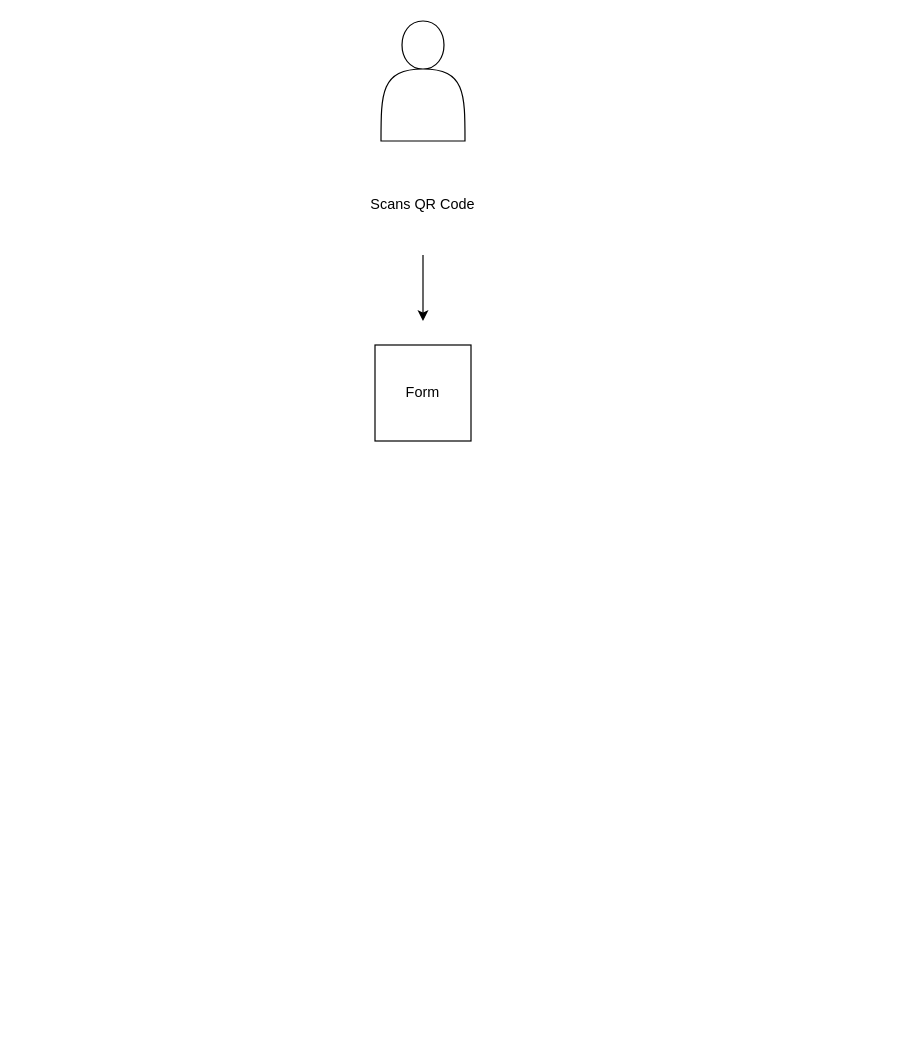
This is workflow/flow.drawio from Danfraga33/Auto_QR_Scanner, a draw.io file, before an edit. Source tidied: cells renumbered, new cells numbered last; positions are measured from the earlier drawing's top-left corner, leaving out a move shared by most shapes. Both pictures are drawn from the tidied source at 120%, with x=0, y=0 at pixel (320, 20).
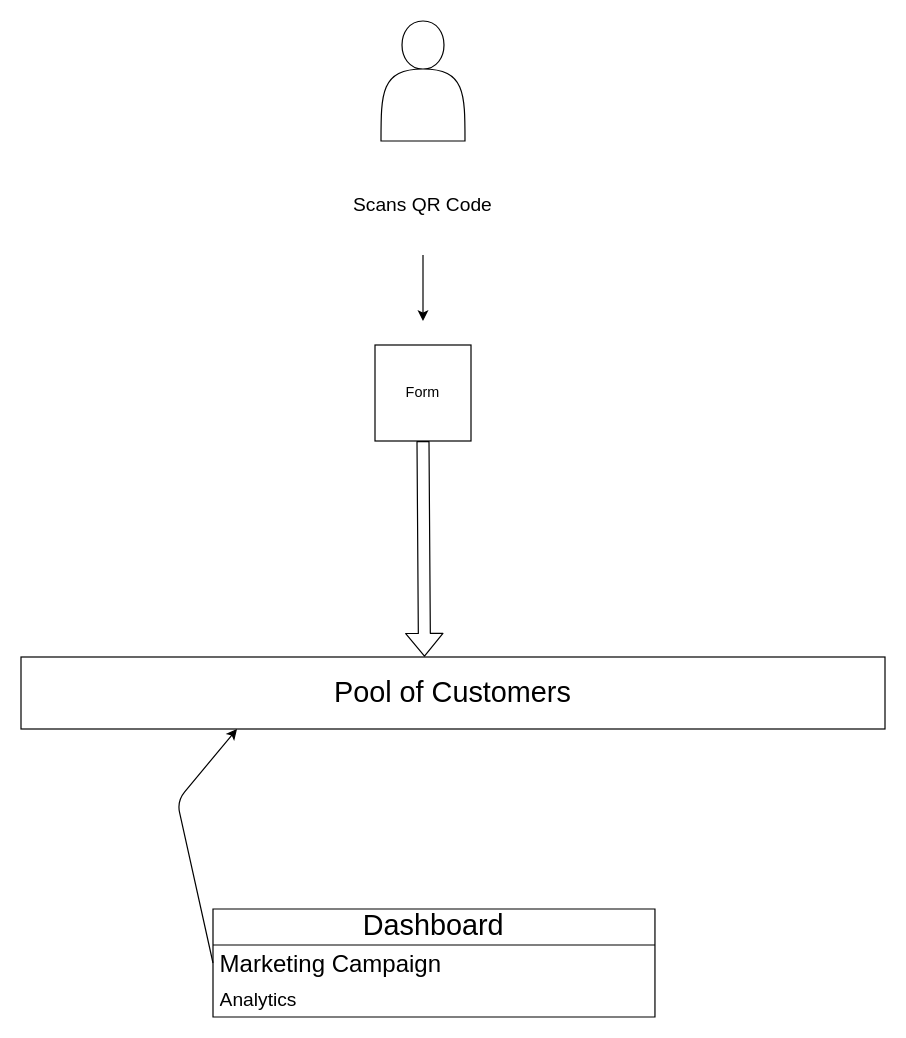
After the change.

Change to the diagram source:
```diff
@@
 <mxGraphModel>
   <root>
     <mxCell id="0" />
     <mxCell id="1" parent="0" />
     <mxCell id="2" style="shape=actor;whiteSpace=wrap;html=1;" parent="1" vertex="1">
       <mxGeometry x="50" width="70" height="100" as="geometry" />
     </mxCell>
     <mxCell id="3" style="edgeStyle=none;html=1;" parent="1" edge="1" source="4">
       <mxGeometry relative="1" as="geometry">
         <mxPoint x="85" y="250" as="targetPoint" />
       </mxGeometry>
     </mxCell>
-    <mxCell id="4" value="Scans QR Code" style="text;strokeColor=none;align=center;fillColor=none;html=1;verticalAlign=middle;whiteSpace=wrap;rounded=0;" parent="1" vertex="1">
+    <mxCell id="4" value="&lt;font style=&quot;font-size: 16px;&quot;&gt;Scans QR Code&lt;/font&gt;" style="text;strokeColor=none;align=center;fillColor=none;html=1;verticalAlign=middle;whiteSpace=wrap;rounded=0;" parent="1" vertex="1">
       <mxGeometry y="110" width="170" height="85" as="geometry" />
     </mxCell>
     <mxCell id="5" value="Form" style="whiteSpace=wrap;html=1;" parent="1" vertex="1">
       <mxGeometry x="45" y="270" width="80" height="80" as="geometry" />
     </mxCell>
+    <mxCell id="6" value="&lt;font style=&quot;font-size: 24px;&quot;&gt;Pool of Customers&lt;/font&gt;" style="rounded=0;whiteSpace=wrap;html=1;" parent="1" vertex="1">
+      <mxGeometry x="-250" y="530" width="720" height="60" as="geometry" />
+    </mxCell>
+    <mxCell id="7" style="shape=flexArrow;endArrow=classic;html=1;fontSize=16;exitX=0.5;exitY=1;exitDx=0;exitDy=0;entryX=0.467;entryY=-0.003;entryDx=0;entryDy=0;entryPerimeter=0;" parent="1" edge="1" source="5" target="6">
+      <mxGeometry relative="1" as="geometry" />
+    </mxCell>
+    <mxCell id="8" value="&lt;p style=&quot;line-height: 150%;&quot;&gt;&lt;font style=&quot;font-size: 24px;&quot;&gt;Dashboard&lt;/font&gt;&lt;/p&gt;" style="swimlane;fontStyle=0;horizontal=1;startSize=30;whiteSpace=wrap;html=1;fontSize=16;" parent="1" vertex="1">
+      <mxGeometry x="-90" y="740" width="368.3" height="90" as="geometry" />
+    </mxCell>
+    <mxCell id="9" value="&lt;font style=&quot;font-size: 20px;&quot;&gt;Marketing Campaign&lt;/font&gt;" style="text;strokeColor=none;fillColor=none;align=left;verticalAlign=middle;spacingLeft=4;spacingRight=4;overflow=hidden;points=[[0,0.5],[1,0.5]];portConstraint=eastwest;whiteSpace=wrap;html=1;fontSize=16;" parent="8" vertex="1">
+      <mxGeometry y="30" width="368.3" height="30" as="geometry" />
+    </mxCell>
+    <mxCell id="10" value="Analytics" style="text;strokeColor=none;fillColor=none;align=left;verticalAlign=middle;spacingLeft=4;spacingRight=4;overflow=hidden;whiteSpace=wrap;html=1;fontSize=16;" parent="8" vertex="1">
+      <mxGeometry y="60" width="368.3" height="30" as="geometry" />
+    </mxCell>
+    <mxCell id="11" style="endArrow=classic;html=1;fontSize=24;exitX=0;exitY=0.5;exitDx=0;exitDy=0;entryX=0.25;entryY=1;entryDx=0;entryDy=0;" parent="1" edge="1" source="9" target="6">
+      <mxGeometry relative="1" as="geometry">
+        <Array as="points">
+          <mxPoint x="-120" y="650" />
+        </Array>
+      </mxGeometry>
+    </mxCell>
   </root>
 </mxGraphModel>
```
